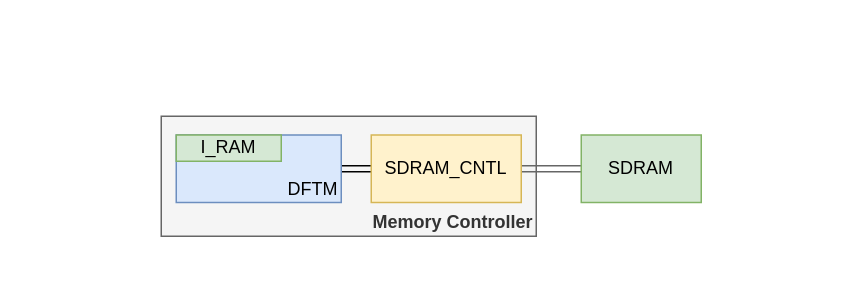
The draw.io diagram docs/dftm.drawio in marcops/dftm_module, before the edit. Source tidied: cells renumbered, new cells numbered last; positions are measured from the earlier drawing's top-left corner, leaving out a move shared by most shapes. Both pictures are drawn from the tidied source at 150%, with x=0, y=0 at pixel (160, 116).
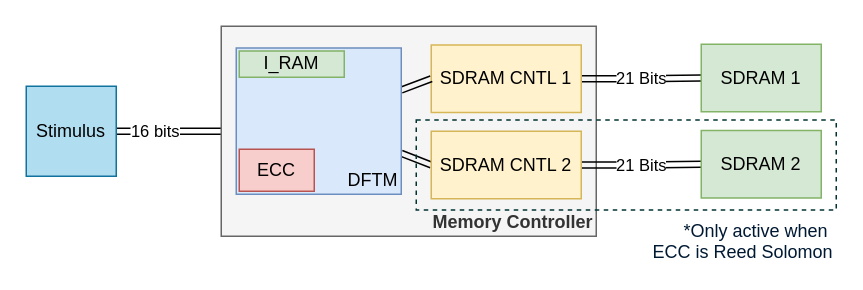
The same page after the edit.

Change to the diagram source:
```diff
@@
 <mxGraphModel>
   <root>
     <mxCell id="0" />
     <mxCell id="1" parent="0" />
+    <mxCell id="9" style="edgeStyle=none;shape=link;rounded=0;jettySize=auto;html=1;entryX=1;entryY=0.5;entryDx=0;entryDy=0;exitX=0;exitY=0.5;exitDx=0;exitDy=0;" parent="1" edge="1" source="2" target="17">
+      <mxGeometry relative="1" as="geometry" />
+    </mxCell>
+    <mxCell id="10" value="16 bits" style="edgeLabel;html=1;align=center;verticalAlign=middle;" parent="9" vertex="1">
+      <mxGeometry x="0.28" y="-1" relative="1" as="geometry" />
+    </mxCell>
     <mxCell id="2" value="Memory Controller" style="rounded=0;whiteSpace=wrap;html=1;align=right;verticalAlign=bottom;fillColor=#f5f5f5;strokeColor=#666666;fontColor=#333333;fontStyle=1;" parent="1" vertex="1">
-      <mxGeometry width="250" height="80" as="geometry" />
+      <mxGeometry x="40" y="-60" width="250" height="140" as="geometry" />
     </mxCell>
-    <mxCell id="3" style="edgeStyle=orthogonalEdgeStyle;rounded=0;jettySize=auto;html=1;startArrow=classic;startFill=1;shape=link;strokeWidth=1;fillColor=#f5f5f5;strokeColor=#666666;" parent="1" edge="1" source="5" target="8">
+    <mxCell id="3" value="21 Bits" style="edgeStyle=orthogonalEdgeStyle;shape=link;rounded=0;jettySize=auto;html=1;" parent="1" edge="1" source="5" target="8">
       <mxGeometry relative="1" as="geometry" />
     </mxCell>
-    <mxCell id="4" style="edgeStyle=orthogonalEdgeStyle;rounded=0;jettySize=auto;html=1;shape=link;" parent="1" edge="1" source="5" target="6">
-      <mxGeometry relative="1" as="geometry" />
-    </mxCell>
-    <mxCell id="5" value="SDRAM_CNTL" style="rounded=0;whiteSpace=wrap;html=1;align=center;verticalAlign=middle;strokeColor=#d6b656;fillColor=#fff2cc;" parent="1" vertex="1">
-      <mxGeometry x="140" y="12.5" width="100" height="45" as="geometry" />
+    <mxCell id="5" value="SDRAM CNTL 1" style="rounded=0;whiteSpace=wrap;html=1;align=center;verticalAlign=middle;strokeColor=#d6b656;fillColor=#fff2cc;" parent="1" vertex="1">
+      <mxGeometry x="180" y="-47.5" width="100" height="45" as="geometry" />
     </mxCell>
+    <mxCell id="11" style="edgeStyle=none;shape=link;rounded=0;jettySize=auto;html=1;entryX=0;entryY=0.5;entryDx=0;entryDy=0;" parent="1" edge="1" source="6" target="5">
+      <mxGeometry relative="1" as="geometry" />
+    </mxCell>
+    <mxCell id="12" style="edgeStyle=none;shape=link;rounded=0;jettySize=auto;html=1;entryX=0;entryY=0.5;entryDx=0;entryDy=0;" parent="1" edge="1" source="6" target="14">
+      <mxGeometry relative="1" as="geometry" />
+    </mxCell>
     <mxCell id="6" value="DFTM" style="rounded=0;whiteSpace=wrap;html=1;verticalAlign=bottom;align=right;fillColor=#dae8fc;strokeColor=#6c8ebf;" parent="1" vertex="1">
-      <mxGeometry x="10" y="12.5" width="110" height="45" as="geometry" />
+      <mxGeometry x="50" y="-45.5" width="110" height="97.5" as="geometry" />
     </mxCell>
     <mxCell id="7" value="I_RAM" style="rounded=0;whiteSpace=wrap;html=1;align=center;verticalAlign=middle;fillColor=#d5e8d4;strokeColor=#82b366;" parent="1" vertex="1">
-      <mxGeometry x="10" y="12.5" width="70" height="17.5" as="geometry" />
+      <mxGeometry x="52" y="-43.5" width="70" height="17.5" as="geometry" />
     </mxCell>
-    <mxCell id="8" value="SDRAM" style="rounded=0;whiteSpace=wrap;html=1;align=center;verticalAlign=middle;fillColor=#d5e8d4;strokeColor=#82b366;" parent="1" vertex="1">
-      <mxGeometry x="280" y="12.5" width="80" height="45" as="geometry" />
+    <mxCell id="8" value="SDRAM 1" style="rounded=0;whiteSpace=wrap;html=1;align=center;verticalAlign=middle;fillColor=#d5e8d4;strokeColor=#82b366;" parent="1" vertex="1">
+      <mxGeometry x="360" y="-48" width="80" height="45" as="geometry" />
     </mxCell>
+    <mxCell id="13" value="21 Bits" style="edgeStyle=orthogonalEdgeStyle;rounded=0;jettySize=auto;html=1;shape=link;align=center;" parent="1" edge="1" source="14" target="15">
+      <mxGeometry relative="1" as="geometry" />
+    </mxCell>
+    <mxCell id="14" value="SDRAM CNTL 2" style="rounded=0;whiteSpace=wrap;html=1;align=center;verticalAlign=middle;strokeColor=#d6b656;fillColor=#fff2cc;" parent="1" vertex="1">
+      <mxGeometry x="180" y="10" width="100" height="45" as="geometry" />
+    </mxCell>
+    <mxCell id="15" value="SDRAM 2" style="rounded=0;whiteSpace=wrap;html=1;align=center;verticalAlign=middle;fillColor=#d5e8d4;strokeColor=#82b366;" parent="1" vertex="1">
+      <mxGeometry x="360" y="9.5" width="80" height="45" as="geometry" />
+    </mxCell>
+    <mxCell id="16" value="ECC" style="rounded=0;whiteSpace=wrap;html=1;fillColor=#f8cecc;strokeColor=#b85450;" parent="1" vertex="1">
+      <mxGeometry x="52" y="22" width="50" height="28" as="geometry" />
+    </mxCell>
+    <mxCell id="17" value="Stimulus" style="rounded=0;whiteSpace=wrap;html=1;fillColor=#b1ddf0;strokeColor=#10739e;" parent="1" vertex="1">
+      <mxGeometry x="-90" y="-20" width="60" height="60" as="geometry" />
+    </mxCell>
+    <mxCell id="18" value="&lt;div style=&quot;&quot;&gt;&lt;span style=&quot;background-color: initial;&quot;&gt;&lt;font color=&quot;#001933&quot;&gt;*Only active when&amp;nbsp;&lt;/font&gt;&lt;/span&gt;&lt;/div&gt;&lt;div style=&quot;&quot;&gt;&lt;span style=&quot;background-color: initial;&quot;&gt;&lt;font color=&quot;#001933&quot;&gt;ECC is Reed Solomon&lt;/font&gt;&lt;/span&gt;&lt;/div&gt;" style="rounded=0;whiteSpace=wrap;html=1;fillColor=none;dashed=1;verticalAlign=top;align=right;labelPosition=center;verticalLabelPosition=bottom;strokeColor=#003333;" parent="1" vertex="1">
+      <mxGeometry x="170" y="2.5" width="280" height="60" as="geometry" />
+    </mxCell>
   </root>
 </mxGraphModel>
```
